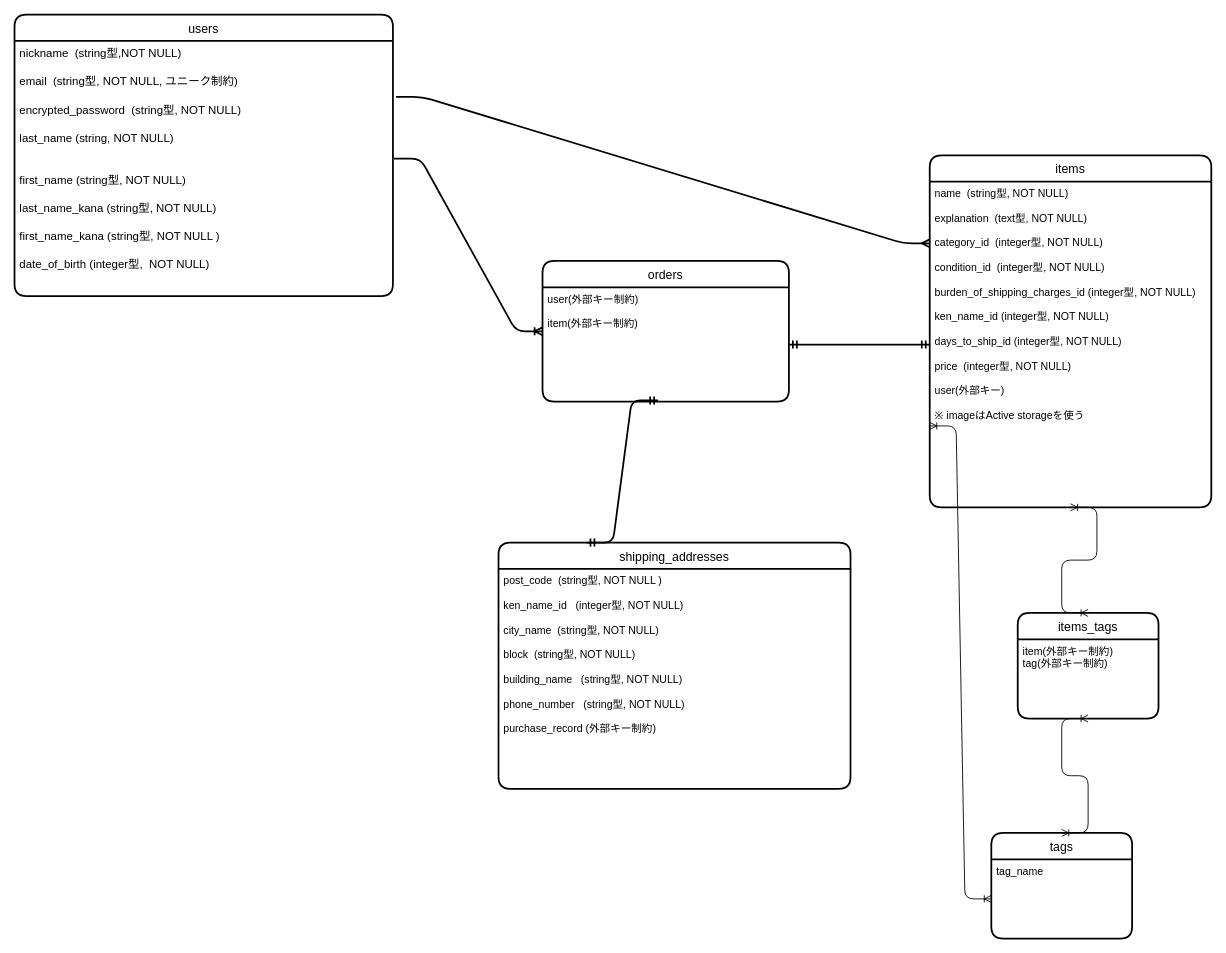
This is furima.dio from SAZAMUGAN/furima-37792, a draw.io file, before an edit. Source tidied: cells renumbered, new cells numbered last; positions are measured from the earlier drawing's top-left corner, leaving out a move shared by most shapes. Both pictures are drawn from the tidied source at 88%, with x=0, y=0 at pixel (14, 14).
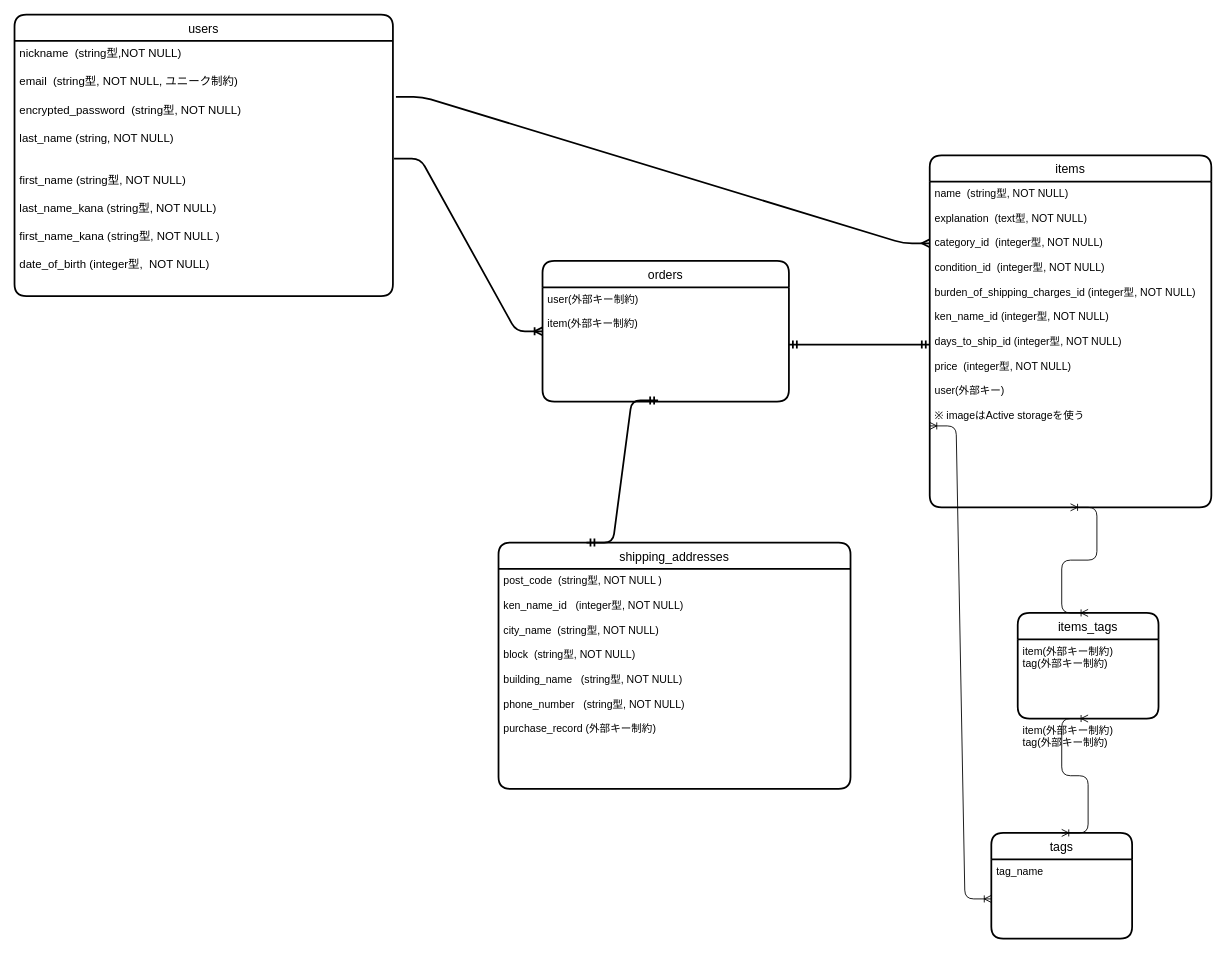
The same diagram, later.

Commit message (it also covers changes not shown here):
ER図とREADMEの編集

The change refers to these unchanged cells:
```xml
<mxCell id="16" value="items_tags" style="swimlane;horizontal=1;startSize=30;rounded=1;fontSize=14;fontStyle=0;strokeWidth=2;shadow=0;dashed=0;align=center;" parent="1" vertex="1">
  <mxGeometry x="1140" y="680" width="160" height="120" as="geometry" />
</mxCell>
```

The edit, as a diff of the source:
```diff
@@
+    <mxCell id="21" value="item(外部キー制約)&#10;tag(外部キー制約)" style="align=left;strokeColor=none;fillColor=none;spacingLeft=4;fontSize=12;verticalAlign=top;" parent="16" vertex="1">
+      <mxGeometry y="120" width="160" as="geometry" />
+    </mxCell>
```
